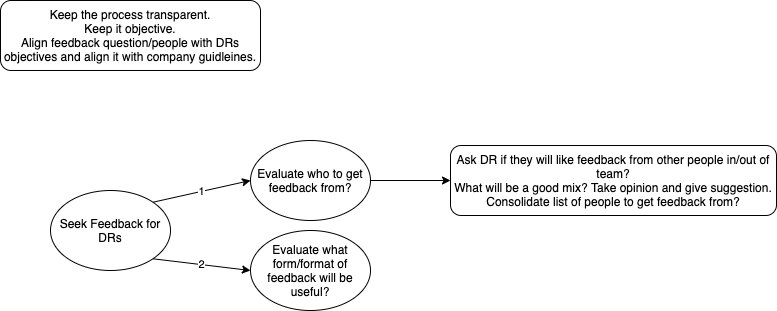
The draw.io diagram feedback-skill.xml.png in s-gurjit/diagrams, before a commit. Source tidied: cells renumbered, new cells last; positions are measured from the earlier drawing's top-left corner, leaving out a move shared by most shapes.
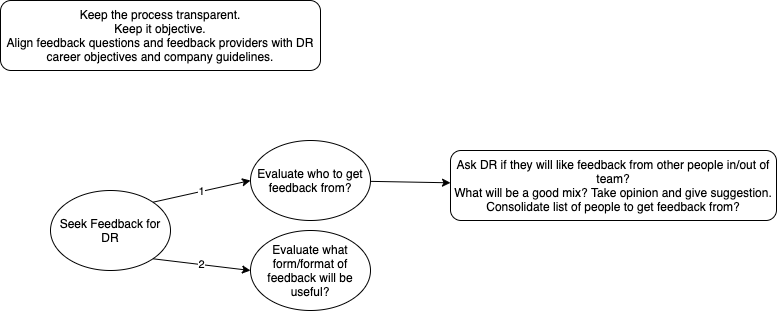
The same diagram one commit later.

Diff of the diagram source:
```diff
@@ -5,11 +5,11 @@
     <mxCell id="2" value="1" style="rounded=0;jettySize=auto;html=1;entryX=0;entryY=0.5;entryDx=0;entryDy=0;exitX=1;exitY=0;exitDx=0;exitDy=0;" parent="1" edge="1" source="3" target="6">
       <mxGeometry relative="1" as="geometry" />
     </mxCell>
-    <mxCell id="3" value="Seek Feedback for DRs" style="ellipse;whiteSpace=wrap;html=1;" parent="1" vertex="1">
+    <mxCell id="3" value="Seek Feedback for DR" style="ellipse;whiteSpace=wrap;html=1;" parent="1" vertex="1">
       <mxGeometry x="50" y="190" width="120" height="80" as="geometry" />
     </mxCell>
     <mxCell id="4" value="Ask DR if they will like feedback from other people in/out of team?&lt;br&gt;What will be a good mix? Take opinion and give suggestion.&lt;br&gt;Consolidate list of people to get feedback from?" style="rounded=1;whiteSpace=wrap;html=1;" parent="1" vertex="1">
-      <mxGeometry x="450" y="145" width="326" height="70" as="geometry" />
+      <mxGeometry x="450" y="150" width="326" height="70" as="geometry" />
     </mxCell>
     <mxCell id="5" style="edgeStyle=none;rounded=0;jettySize=auto;html=1;" parent="1" edge="1" source="6" target="4">
       <mxGeometry relative="1" as="geometry" />
@@ -20,8 +20,8 @@
     <mxCell id="7" value="Evaluate what form/format of feedback will be useful?" style="ellipse;whiteSpace=wrap;html=1;" parent="1" vertex="1">
       <mxGeometry x="250" y="230" width="120" height="80" as="geometry" />
     </mxCell>
-    <mxCell id="8" value="Keep the process transparent.&lt;br&gt;Keep it objective.&lt;br&gt;Align feedback question/people with DRs objectives and align it with company guidleines." style="rounded=1;whiteSpace=wrap;html=1;" parent="1" vertex="1">
-      <mxGeometry width="260" height="70" as="geometry" />
+    <mxCell id="8" value="Keep the process transparent.&lt;br&gt;Keep it objective.&lt;br&gt;Align feedback questions and feedback providers with DR career objectives and company guidelines." style="rounded=1;whiteSpace=wrap;html=1;" parent="1" vertex="1">
+      <mxGeometry width="320" height="70" as="geometry" />
     </mxCell>
     <mxCell id="9" value="2" style="rounded=0;jettySize=auto;html=1;entryX=0;entryY=0.5;entryDx=0;entryDy=0;exitX=1;exitY=1;exitDx=0;exitDy=0;" parent="1" edge="1" source="3" target="7">
       <mxGeometry relative="1" as="geometry" />
```
